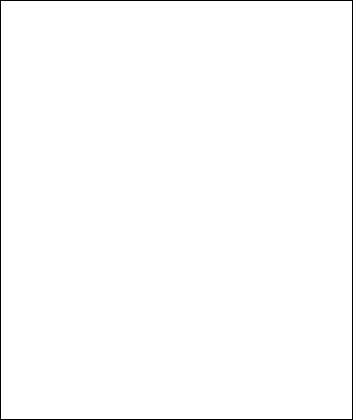
This is exercise/uml/submission/sec02/nurfarahadibah/UC4.drawio.png from drshahizan/software-engineering, a draw.io export, as it was before one commit. Source tidied: cells renumbered, new cells last; positions are measured from the earlier drawing's top-left corner, leaving out a move shared by most shapes. Its diagram source:
```xml
<mxGraphModel>
  <root>
    <mxCell id="0" />
    <mxCell id="1" parent="0" />
    <mxCell id="2" style="rounded=0;whiteSpace=wrap;html=1;fontSize=16;" parent="1" vertex="1">
      <mxGeometry width="352" height="419" as="geometry" />
    </mxCell>
  </root>
</mxGraphModel>
```
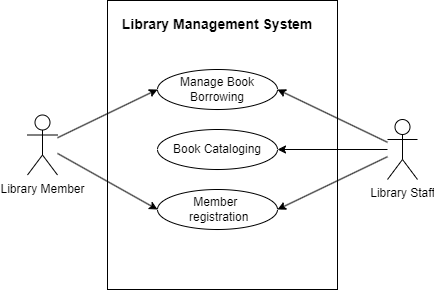
After the change.

Change to the diagram source:
```diff
@@ -2,8 +2,41 @@
   <root>
     <mxCell id="0" />
     <mxCell id="1" parent="0" />
-    <mxCell id="2" style="rounded=0;whiteSpace=wrap;html=1;fontSize=16;" parent="1" vertex="1">
-      <mxGeometry width="352" height="419" as="geometry" />
+    <mxCell id="2" style="rounded=0;whiteSpace=wrap;html=1;fontSize=16;fillColor=none;" parent="1" vertex="1">
+      <mxGeometry width="230" height="289" as="geometry" />
     </mxCell>
+    <mxCell id="3" value="Library Member" style="shape=umlActor;verticalLabelPosition=bottom;verticalAlign=top;html=1;outlineConnect=0;" parent="1" vertex="1">
+      <mxGeometry x="-80" y="114.5" width="30" height="60" as="geometry" />
+    </mxCell>
+    <mxCell id="4" value="Library Staff" style="shape=umlActor;verticalLabelPosition=bottom;verticalAlign=top;html=1;outlineConnect=0;" parent="1" vertex="1">
+      <mxGeometry x="280" y="119" width="30" height="60" as="geometry" />
+    </mxCell>
+    <mxCell id="5" value="Manage Book Borrowing" style="ellipse;whiteSpace=wrap;html=1;" parent="1" vertex="1">
+      <mxGeometry x="50" y="69" width="120" height="40" as="geometry" />
+    </mxCell>
+    <mxCell id="6" value="Book Cataloging" style="ellipse;whiteSpace=wrap;html=1;" parent="1" vertex="1">
+      <mxGeometry x="50" y="129" width="120" height="40" as="geometry" />
+    </mxCell>
+    <mxCell id="7" value="Member&amp;nbsp;&lt;br&gt;&amp;nbsp;registration" style="ellipse;whiteSpace=wrap;html=1;" parent="1" vertex="1">
+      <mxGeometry x="50" y="189" width="120" height="40" as="geometry" />
+    </mxCell>
+    <mxCell id="8" value="&lt;b&gt;&lt;font style=&quot;font-size: 14px;&quot;&gt;Library Management System&lt;/font&gt;&lt;/b&gt;" style="text;html=1;strokeColor=none;fillColor=none;align=center;verticalAlign=middle;whiteSpace=wrap;rounded=0;" parent="1" vertex="1">
+      <mxGeometry x="-50" y="9" width="320" height="30" as="geometry" />
+    </mxCell>
+    <mxCell id="9" style="endArrow=classic;html=1;rounded=0;entryX=0;entryY=0.5;entryDx=0;entryDy=0;" parent="1" edge="1" source="3" target="5">
+      <mxGeometry relative="1" as="geometry" />
+    </mxCell>
+    <mxCell id="10" style="endArrow=classic;html=1;rounded=0;entryX=1;entryY=0.5;entryDx=0;entryDy=0;" parent="1" edge="1" source="4" target="6">
+      <mxGeometry relative="1" as="geometry" />
+    </mxCell>
+    <mxCell id="11" style="endArrow=classic;html=1;rounded=0;entryX=1;entryY=0.5;entryDx=0;entryDy=0;" parent="1" edge="1" source="4" target="5">
+      <mxGeometry relative="1" as="geometry" />
+    </mxCell>
+    <mxCell id="12" style="endArrow=classic;html=1;rounded=0;entryX=1;entryY=0.5;entryDx=0;entryDy=0;" parent="1" edge="1" source="4" target="7">
+      <mxGeometry relative="1" as="geometry" />
+    </mxCell>
+    <mxCell id="13" style="endArrow=classic;html=1;rounded=0;entryX=0;entryY=0.5;entryDx=0;entryDy=0;" parent="1" edge="1" source="3" target="7">
+      <mxGeometry relative="1" as="geometry" />
+    </mxCell>
   </root>
 </mxGraphModel>
```
